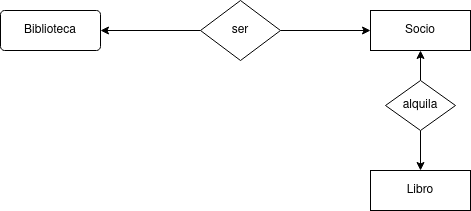
This is Unidad-1/Tareas/Tarea-7/Tarea-7.drawio.png from CRhernandez1/base-datos, a draw.io export, as it was before one commit. Source tidied: cells renumbered, new cells last; positions are measured from the earlier drawing's top-left corner, leaving out a move shared by most shapes. The source it was exported from:
```xml
<mxGraphModel>
  <root>
    <mxCell id="0" />
    <mxCell id="1" parent="0" />
    <mxCell id="2" value="Biblioteca" style="rounded=1;arcSize=10;whiteSpace=wrap;html=1;align=center;" parent="1" vertex="1">
      <mxGeometry y="10" width="100" height="40" as="geometry" />
    </mxCell>
    <mxCell id="3" value="Socio" style="whiteSpace=wrap;html=1;align=center;" parent="1" vertex="1">
      <mxGeometry x="370" y="10" width="100" height="40" as="geometry" />
    </mxCell>
    <mxCell id="4" style="edgeStyle=orthogonalEdgeStyle;rounded=0;jettySize=auto;html=1;exitX=0;exitY=0.5;exitDx=0;exitDy=0;entryX=1;entryY=0.5;entryDx=0;entryDy=0;" parent="1" edge="1" source="6" target="2">
      <mxGeometry relative="1" as="geometry" />
    </mxCell>
    <mxCell id="5" style="edgeStyle=orthogonalEdgeStyle;rounded=0;jettySize=auto;html=1;exitX=1;exitY=0.5;exitDx=0;exitDy=0;entryX=0;entryY=0.5;entryDx=0;entryDy=0;" parent="1" edge="1" source="6" target="3">
      <mxGeometry relative="1" as="geometry" />
    </mxCell>
    <mxCell id="6" value="&lt;div&gt;ser&lt;/div&gt;" style="shape=rhombus;perimeter=rhombusPerimeter;whiteSpace=wrap;html=1;align=center;" parent="1" vertex="1">
      <mxGeometry x="200" width="80" height="60" as="geometry" />
    </mxCell>
    <mxCell id="7" value="Libro" style="whiteSpace=wrap;html=1;align=center;" parent="1" vertex="1">
      <mxGeometry x="370" y="170" width="100" height="40" as="geometry" />
    </mxCell>
    <mxCell id="8" style="edgeStyle=orthogonalEdgeStyle;rounded=0;jettySize=auto;html=1;exitX=0.5;exitY=0;exitDx=0;exitDy=0;entryX=0.5;entryY=1;entryDx=0;entryDy=0;" parent="1" edge="1" source="10" target="3">
      <mxGeometry relative="1" as="geometry" />
    </mxCell>
    <mxCell id="9" style="edgeStyle=orthogonalEdgeStyle;rounded=0;jettySize=auto;html=1;exitX=0.5;exitY=1;exitDx=0;exitDy=0;entryX=0.5;entryY=0;entryDx=0;entryDy=0;" parent="1" edge="1" source="10" target="7">
      <mxGeometry relative="1" as="geometry" />
    </mxCell>
    <mxCell id="10" value="alquila" style="shape=rhombus;perimeter=rhombusPerimeter;whiteSpace=wrap;html=1;align=center;" parent="1" vertex="1">
      <mxGeometry x="385" y="80" width="70" height="50" as="geometry" />
    </mxCell>
  </root>
</mxGraphModel>
```
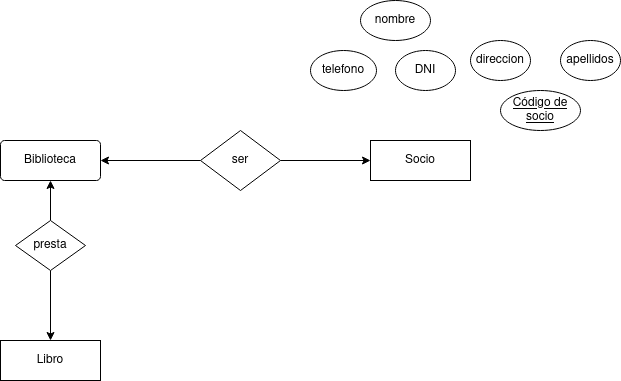
The same file after the commit.

Diff of the diagram source:
```diff
@@ -18,16 +18,34 @@
       <mxGeometry x="200" width="80" height="60" as="geometry" />
     </mxCell>
     <mxCell id="7" value="Libro" style="whiteSpace=wrap;html=1;align=center;" parent="1" vertex="1">
-      <mxGeometry x="370" y="170" width="100" height="40" as="geometry" />
+      <mxGeometry y="210" width="100" height="40" as="geometry" />
     </mxCell>
-    <mxCell id="8" style="edgeStyle=orthogonalEdgeStyle;rounded=0;jettySize=auto;html=1;exitX=0.5;exitY=0;exitDx=0;exitDy=0;entryX=0.5;entryY=1;entryDx=0;entryDy=0;" parent="1" edge="1" source="10" target="3">
-      <mxGeometry relative="1" as="geometry" />
-    </mxCell>
     <mxCell id="9" style="edgeStyle=orthogonalEdgeStyle;rounded=0;jettySize=auto;html=1;exitX=0.5;exitY=1;exitDx=0;exitDy=0;entryX=0.5;entryY=0;entryDx=0;entryDy=0;" parent="1" edge="1" source="10" target="7">
       <mxGeometry relative="1" as="geometry" />
     </mxCell>
+    <mxCell id="11" style="edgeStyle=orthogonalEdgeStyle;rounded=0;jettySize=auto;html=1;exitX=0.5;exitY=0;exitDx=0;exitDy=0;entryX=0.5;entryY=1;entryDx=0;entryDy=0;" parent="1" edge="1" source="10" target="2">
+      <mxGeometry relative="1" as="geometry" />
+    </mxCell>
-    <mxCell id="10" value="alquila" style="shape=rhombus;perimeter=rhombusPerimeter;whiteSpace=wrap;html=1;align=center;" parent="1" vertex="1">
-      <mxGeometry x="385" y="80" width="70" height="50" as="geometry" />
+    <mxCell id="10" value="presta" style="shape=rhombus;perimeter=rhombusPerimeter;whiteSpace=wrap;html=1;align=center;" parent="1" vertex="1">
+      <mxGeometry x="15" y="90" width="70" height="50" as="geometry" />
     </mxCell>
+    <mxCell id="12" value="Código de socio" style="ellipse;whiteSpace=wrap;html=1;align=center;fontStyle=4;" parent="1" vertex="1">
+      <mxGeometry x="500" y="-40" width="80" height="40" as="geometry" />
+    </mxCell>
+    <mxCell id="13" value="apellidos" style="ellipse;whiteSpace=wrap;html=1;align=center;" parent="1" vertex="1">
+      <mxGeometry x="560" y="-90" width="60" height="40" as="geometry" />
+    </mxCell>
+    <mxCell id="14" value="direccion" style="ellipse;whiteSpace=wrap;html=1;align=center;" parent="1" vertex="1">
+      <mxGeometry x="470" y="-90" width="60" height="40" as="geometry" />
+    </mxCell>
+    <mxCell id="15" value="DNI" style="ellipse;whiteSpace=wrap;html=1;align=center;" parent="1" vertex="1">
+      <mxGeometry x="395" y="-80" width="60" height="40" as="geometry" />
+    </mxCell>
+    <mxCell id="16" value="telefono" style="ellipse;whiteSpace=wrap;html=1;align=center;" parent="1" vertex="1">
+      <mxGeometry x="310" y="-80" width="66" height="40" as="geometry" />
+    </mxCell>
+    <mxCell id="17" value="nombre" style="ellipse;whiteSpace=wrap;html=1;align=center;" parent="1" vertex="1">
+      <mxGeometry x="360" y="-130" width="70" height="40" as="geometry" />
+    </mxCell>
   </root>
 </mxGraphModel>
```
